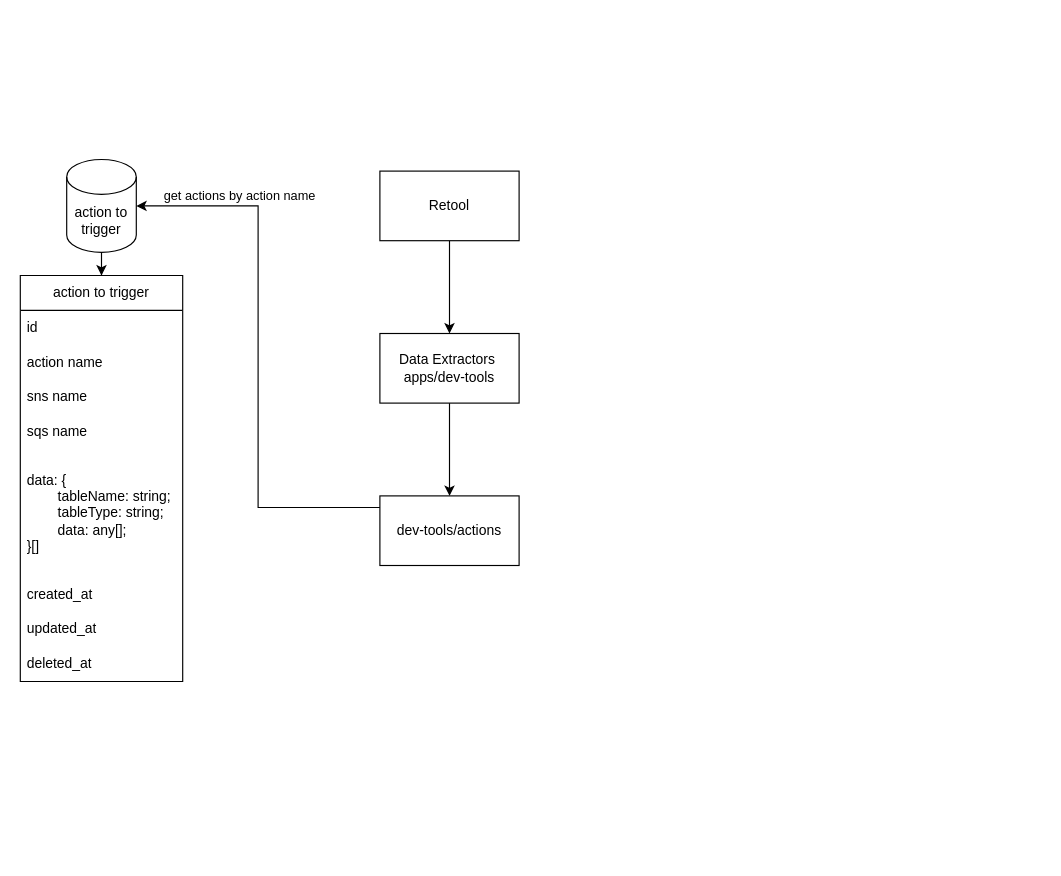
Above: drawings/8fig-dev-tools.drawio in saharki/draw.io (draw.io), before the change. Source tidied: cells renumbered, new cells numbered last; positions are measured from the earlier drawing's top-left corner, leaving out a move shared by most shapes. Both pictures are drawn from the tidied source at 116%, with x=0, y=0 at pixel (20, 159).
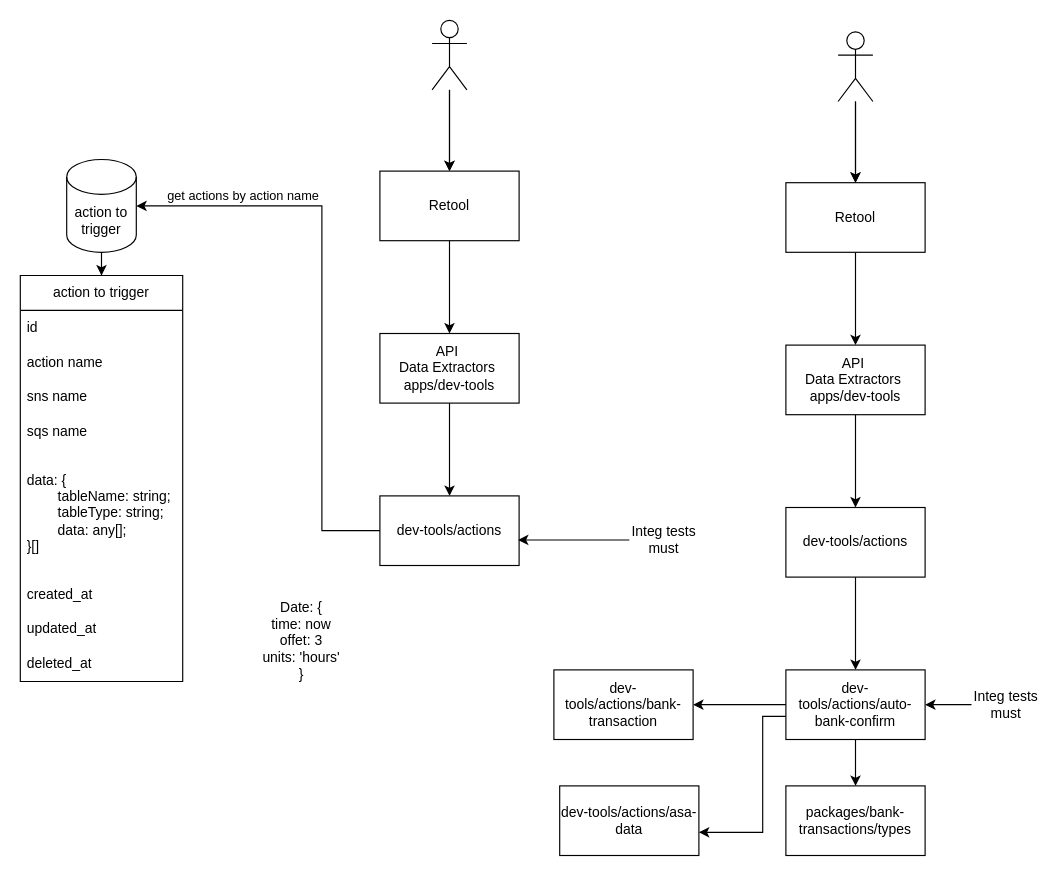
The same diagram, later.

Unchanged cells that the change refers to:
```xml
<mxCell id="3" value="Retool" style="rounded=0;whiteSpace=wrap;html=1;" parent="1" vertex="1">
  <mxGeometry x="310" y="10" width="120" height="60" as="geometry" />
</mxCell>
<mxCell id="6" value="dev-tools/actions" style="whiteSpace=wrap;html=1;rounded=0;" parent="1" vertex="1">
  <mxGeometry x="310" y="290" width="120" height="60" as="geometry" />
</mxCell>
<mxCell id="8" value="action to trigger" style="shape=cylinder3;whiteSpace=wrap;html=1;boundedLbl=1;backgroundOutline=1;size=15;" parent="1" vertex="1">
  <mxGeometry x="40" width="60" height="80" as="geometry" />
</mxCell>
```

The edit, as a diff of the source:
```diff
@@
-    <mxCell id="5" value="Data Extractors&amp;nbsp;&lt;div&gt;apps/dev-tools&lt;/div&gt;" style="whiteSpace=wrap;html=1;rounded=0;" parent="1" vertex="1">
+    <mxCell id="5" value="API&amp;nbsp;&lt;div&gt;Data Extractors&amp;nbsp;&lt;div&gt;apps/dev-tools&lt;/div&gt;&lt;/div&gt;" style="whiteSpace=wrap;html=1;rounded=0;" parent="1" vertex="1">
       <mxGeometry x="310" y="150" width="120" height="60" as="geometry" />
     </mxCell>
@@
     <mxCell id="18" style="edgeStyle=orthogonalEdgeStyle;rounded=0;jettySize=auto;html=1;entryX=1;entryY=0.5;entryDx=0;entryDy=0;entryPerimeter=0;" parent="1" edge="1" source="6" target="8">
       <mxGeometry relative="1" as="geometry">
         <Array as="points">
-          <mxPoint x="205" y="300" />
-          <mxPoint x="205" y="40" />
+          <mxPoint x="260" y="320" />
+          <mxPoint x="260" y="40" />
         </Array>
       </mxGeometry>
     </mxCell>
@@
+    <mxCell id="20" style="edgeStyle=orthogonalEdgeStyle;rounded=0;jettySize=auto;html=1;entryX=0.5;entryY=0;entryDx=0;entryDy=0;" parent="1" edge="1" source="22" target="3">
+      <mxGeometry relative="1" as="geometry" />
+    </mxCell>
+    <mxCell id="21" style="edgeStyle=orthogonalEdgeStyle;rounded=0;jettySize=auto;html=1;" parent="1" edge="1" source="22" target="3">
+      <mxGeometry relative="1" as="geometry" />
+    </mxCell>
+    <mxCell id="22" style="shape=umlActor;verticalLabelPosition=bottom;verticalAlign=top;html=1;outlineConnect=0;" parent="1" vertex="1">
+      <mxGeometry x="355" y="-120" width="30" height="60" as="geometry" />
+    </mxCell>
+    <mxCell id="23" value="Date: {&lt;div&gt;time: now&lt;/div&gt;&lt;div&gt;offet: 3&lt;/div&gt;&lt;div&gt;units: 'hours'&lt;/div&gt;&lt;div&gt;&lt;div&gt;}&lt;/div&gt;&lt;/div&gt;" style="text;html=1;align=center;verticalAlign=middle;whiteSpace=wrap;rounded=0;" parent="1" vertex="1">
+      <mxGeometry x="180" y="360" width="125" height="110" as="geometry" />
+    </mxCell>
+    <mxCell id="24" value="Integ tests must" style="text;html=1;align=center;verticalAlign=middle;whiteSpace=wrap;rounded=0;" parent="1" vertex="1">
+      <mxGeometry x="525" y="313" width="60" height="30" as="geometry" />
+    </mxCell>
+    <mxCell id="25" style="edgeStyle=orthogonalEdgeStyle;rounded=0;jettySize=auto;html=1;entryX=0.992;entryY=0.633;entryDx=0;entryDy=0;entryPerimeter=0;" parent="1" edge="1" source="24" target="6">
+      <mxGeometry relative="1" as="geometry" />
+    </mxCell>
+    <mxCell id="26" style="edgeStyle=orthogonalEdgeStyle;rounded=0;jettySize=auto;html=1;" parent="1" edge="1" source="27" target="29">
+      <mxGeometry relative="1" as="geometry" />
+    </mxCell>
+    <mxCell id="27" value="Retool" style="rounded=0;whiteSpace=wrap;html=1;" parent="1" vertex="1">
+      <mxGeometry x="660" y="20" width="120" height="60" as="geometry" />
+    </mxCell>
+    <mxCell id="28" style="edgeStyle=orthogonalEdgeStyle;rounded=0;jettySize=auto;html=1;" parent="1" edge="1" source="29" target="31">
+      <mxGeometry relative="1" as="geometry" />
+    </mxCell>
+    <mxCell id="29" value="API&amp;nbsp;&lt;div&gt;Data Extractors&amp;nbsp;&lt;div&gt;apps/dev-tools&lt;/div&gt;&lt;/div&gt;" style="whiteSpace=wrap;html=1;rounded=0;" parent="1" vertex="1">
+      <mxGeometry x="660" y="160" width="120" height="60" as="geometry" />
+    </mxCell>
+    <mxCell id="30" style="edgeStyle=orthogonalEdgeStyle;rounded=0;jettySize=auto;html=1;" parent="1" edge="1" source="31" target="38">
+      <mxGeometry relative="1" as="geometry" />
+    </mxCell>
+    <mxCell id="31" value="dev-tools/actions" style="whiteSpace=wrap;html=1;rounded=0;" parent="1" vertex="1">
+      <mxGeometry x="660" y="300" width="120" height="60" as="geometry" />
+    </mxCell>
+    <mxCell id="32" style="edgeStyle=orthogonalEdgeStyle;rounded=0;jettySize=auto;html=1;entryX=0.5;entryY=0;entryDx=0;entryDy=0;" parent="1" edge="1" source="34" target="27">
+      <mxGeometry relative="1" as="geometry" />
+    </mxCell>
+    <mxCell id="33" style="edgeStyle=orthogonalEdgeStyle;rounded=0;jettySize=auto;html=1;" parent="1" edge="1" source="34" target="27">
+      <mxGeometry relative="1" as="geometry" />
+    </mxCell>
+    <mxCell id="34" style="shape=umlActor;verticalLabelPosition=bottom;verticalAlign=top;html=1;outlineConnect=0;" parent="1" vertex="1">
+      <mxGeometry x="705" y="-110" width="30" height="60" as="geometry" />
+    </mxCell>
+    <mxCell id="35" style="edgeStyle=orthogonalEdgeStyle;rounded=0;jettySize=auto;html=1;" parent="1" edge="1" source="38" target="41">
+      <mxGeometry relative="1" as="geometry" />
+    </mxCell>
+    <mxCell id="36" style="edgeStyle=orthogonalEdgeStyle;rounded=0;jettySize=auto;html=1;" parent="1" edge="1" source="38" target="42">
+      <mxGeometry relative="1" as="geometry" />
+    </mxCell>
+    <mxCell id="37" style="edgeStyle=orthogonalEdgeStyle;rounded=0;jettySize=auto;html=1;" parent="1" edge="1" source="38" target="43">
+      <mxGeometry relative="1" as="geometry">
+        <Array as="points">
+          <mxPoint x="640" y="480" />
+          <mxPoint x="640" y="580" />
+        </Array>
+      </mxGeometry>
+    </mxCell>
+    <mxCell id="38" value="dev-tools/actions/auto-bank-confirm" style="whiteSpace=wrap;html=1;rounded=0;" parent="1" vertex="1">
+      <mxGeometry x="660" y="440" width="120" height="60" as="geometry" />
+    </mxCell>
+    <mxCell id="39" style="edgeStyle=orthogonalEdgeStyle;rounded=0;jettySize=auto;html=1;entryX=1;entryY=0.5;entryDx=0;entryDy=0;" parent="1" edge="1" source="40" target="38">
+      <mxGeometry relative="1" as="geometry" />
+    </mxCell>
+    <mxCell id="40" value="Integ tests must" style="text;html=1;align=center;verticalAlign=middle;whiteSpace=wrap;rounded=0;" parent="1" vertex="1">
+      <mxGeometry x="820" y="455" width="60" height="30" as="geometry" />
+    </mxCell>
+    <mxCell id="41" value="packages/bank-transactions/types" style="whiteSpace=wrap;html=1;rounded=0;" parent="1" vertex="1">
+      <mxGeometry x="660" y="540" width="120" height="60" as="geometry" />
+    </mxCell>
+    <mxCell id="42" value="dev-tools/actions/bank-transaction" style="whiteSpace=wrap;html=1;rounded=0;" parent="1" vertex="1">
+      <mxGeometry x="460" y="440" width="120" height="60" as="geometry" />
+    </mxCell>
+    <mxCell id="43" value="dev-tools/actions/asa-data" style="whiteSpace=wrap;html=1;rounded=0;" parent="1" vertex="1">
+      <mxGeometry x="465" y="540" width="120" height="60" as="geometry" />
+    </mxCell>
```
